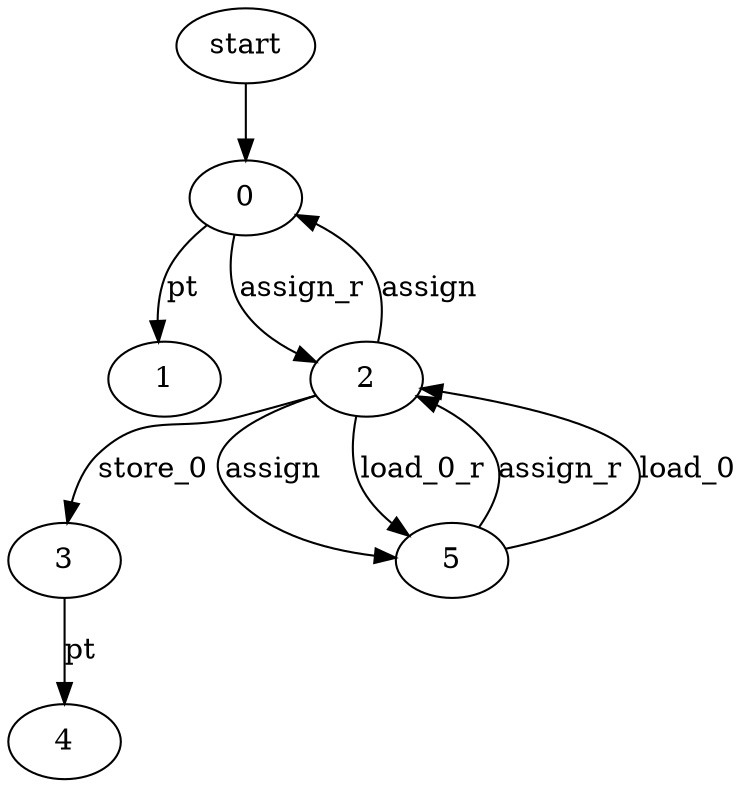
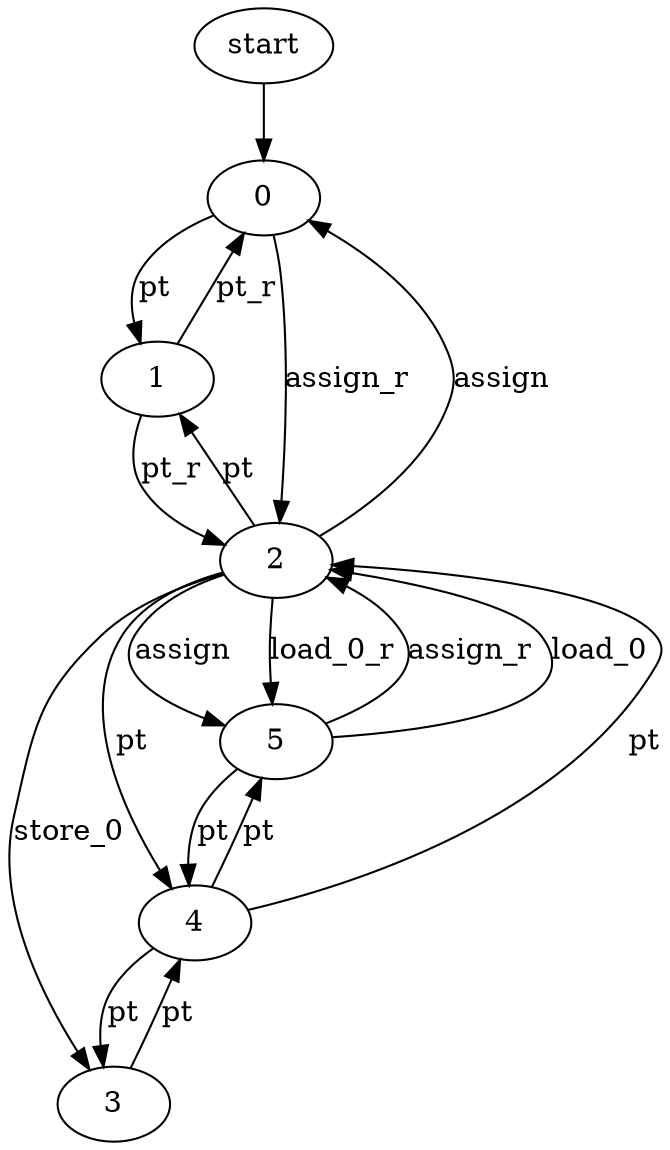
digraph {
    start -> 0;
    0 -> 1 [label = "pt"];
+     1 -> 0 [label = "pt_r"];
    2 -> 0 [label = "assign"];
    0 -> 2 [label = "assign_r"];
+     2 -> 1 [label = "pt"];
+     1 -> 2 [label = "pt_r"];
    2 -> 3 [label = "store_0"];
    3 -> 4 [label = "pt"];
+     4 -> 3 [label = "pt"];
    2 -> 5 [label = "assign"];
    5 -> 2 [label = "assign_r"];
    5 -> 2 [label = "load_0"];
    2 -> 5 [label = "load_0_r"];
+     2 -> 4 [label = "pt"];
+     4 -> 2 [label = "pt"];
+     5 -> 4 [label = "pt"];
+     4 -> 5 [label = "pt"];
}
